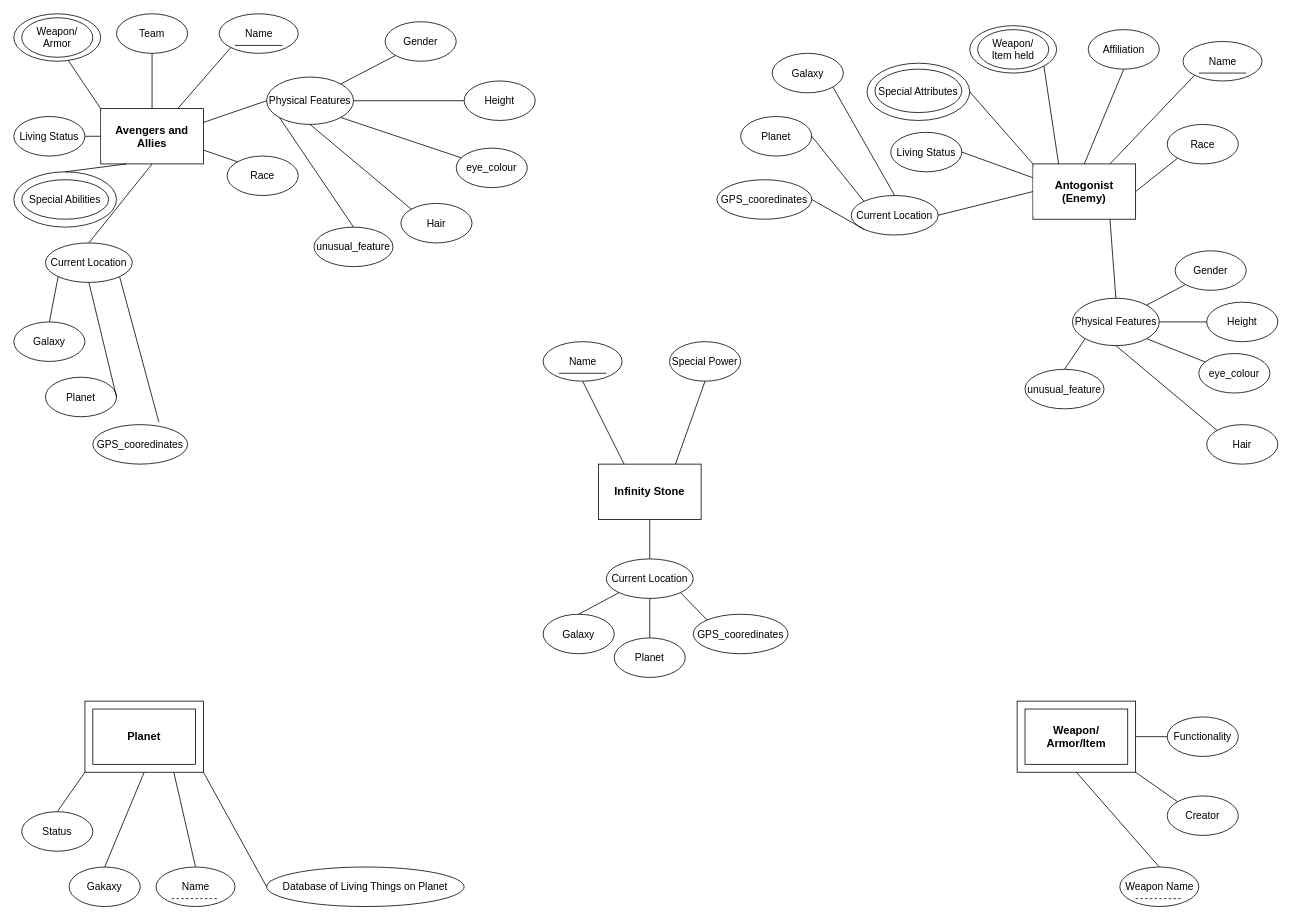
Before: homework2/hw2_ER_diagram.drawio in FlightVin/DataAndApplicationsAssignments, a draw.io diagram. Source tidied: cells renumbered, new cells numbered last; positions are measured from the earlier drawing's top-left corner, leaving out a move shared by most shapes. Both pictures are drawn from the tidied source at 79%, with x=0, y=0 at pixel (13, 13).
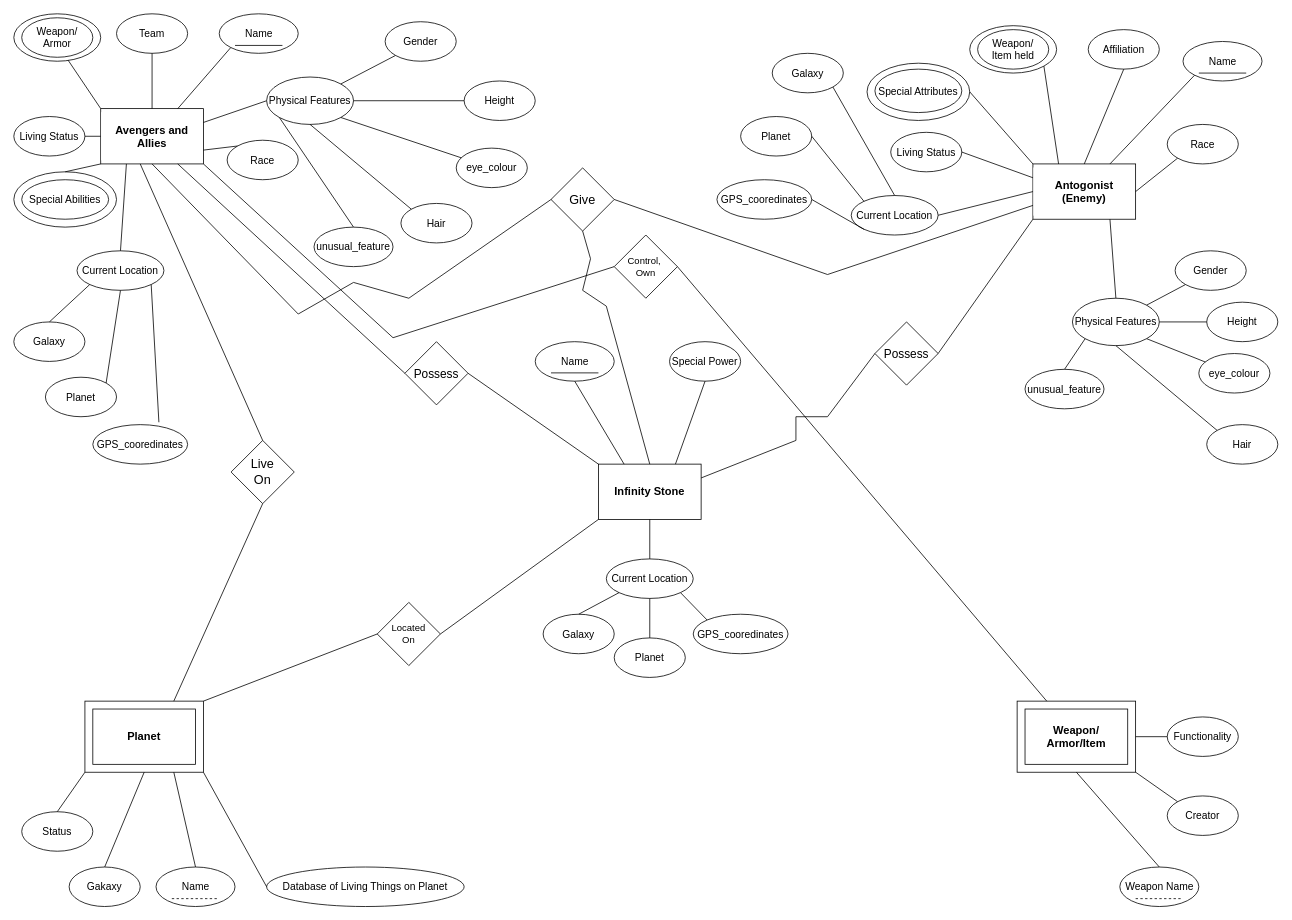
After the change.

The change refers to these unchanged cells:
```xml
<mxCell id="2" value="&lt;h3&gt;Avengers and Allies&lt;/h3&gt;" style="rounded=0;whiteSpace=wrap;html=1;labelBackgroundColor=default;labelBorderColor=none;" parent="1" vertex="1">
  <mxGeometry x="110" y="120" width="130" height="70" as="geometry" />
</mxCell>
<mxCell id="5" value="&lt;h3&gt;Infinity Stone&lt;/h3&gt;" style="rounded=0;whiteSpace=wrap;html=1;labelBackgroundColor=default;labelBorderColor=none;" parent="1" vertex="1">
  <mxGeometry x="740" y="570" width="130" height="70" as="geometry" />
</mxCell>
<mxCell id="6" value="&lt;h3&gt;Antogonist (Enemy)&lt;/h3&gt;" style="rounded=0;whiteSpace=wrap;html=1;labelBackgroundColor=default;labelBorderColor=none;" parent="1" vertex="1">
  <mxGeometry x="1290" y="190" width="130" height="70" as="geometry" />
</mxCell>
<mxCell id="23" style="rounded=0;whiteSpace=wrap;html=1;labelBackgroundColor=default;labelBorderColor=none;fontSize=13;fillColor=none;" parent="1" vertex="1">
  <mxGeometry x="90" y="870" width="150" height="90" as="geometry" />
</mxCell>
<mxCell id="24" style="rounded=0;whiteSpace=wrap;html=1;labelBackgroundColor=default;labelBorderColor=none;fontSize=13;fillColor=none;" parent="1" vertex="1">
  <mxGeometry x="1270" y="870" width="150" height="90" as="geometry" />
</mxCell>
<mxCell id="35" value="Planet" style="ellipse;whiteSpace=wrap;html=1;labelBackgroundColor=default;labelBorderColor=none;fontSize=13;fillColor=none;" parent="1" vertex="1">
  <mxGeometry x="40" y="460" width="90" height="50" as="geometry" />
</mxCell>
<mxCell id="50" style="ellipse;whiteSpace=wrap;html=1;labelBackgroundColor=default;labelBorderColor=none;fontSize=13;fillColor=none;" parent="1" vertex="1">
  <mxGeometry y="200" width="130" height="70" as="geometry" />
</mxCell>
```

Change to the diagram source:
```diff
@@
     <mxCell id="11" value="Name" style="ellipse;html=1;labelBackgroundColor=default;labelBorderColor=none;fontSize=13;" parent="1" vertex="1">
-      <mxGeometry x="670" y="415" width="100" height="50" as="geometry" />
+      <mxGeometry x="660" y="415" width="100" height="50" as="geometry" />
     </mxCell>
     <mxCell id="12" style="endArrow=none;html=1;rounded=0;fontSize=13;" parent="1" edge="1">
       <mxGeometry relative="1" as="geometry">
-        <mxPoint x="690" y="455" as="sourcePoint" />
-        <mxPoint x="750" y="455" as="targetPoint" />
+        <mxPoint x="680" y="454.5" as="sourcePoint" />
+        <mxPoint x="740" y="454.5" as="targetPoint" />
       </mxGeometry>
     </mxCell>
@@
     <mxCell id="33" value="Race" style="ellipse;whiteSpace=wrap;html=1;labelBackgroundColor=default;labelBorderColor=none;fontSize=13;fillColor=none;" parent="1" vertex="1">
-      <mxGeometry x="270" y="180" width="90" height="50" as="geometry" />
+      <mxGeometry x="270" y="160" width="90" height="50" as="geometry" />
     </mxCell>
@@
     <mxCell id="37" value="Current Location" style="ellipse;whiteSpace=wrap;html=1;labelBackgroundColor=default;labelBorderColor=none;fontSize=13;fillColor=none;" parent="1" vertex="1">
-      <mxGeometry x="40" y="290" width="110" height="50" as="geometry" />
+      <mxGeometry x="80" y="300" width="110" height="50" as="geometry" />
     </mxCell>
@@
-    <mxCell id="51" style="endArrow=none;html=1;rounded=0;fontSize=13;exitX=0.25;exitY=1;exitDx=0;exitDy=0;entryX=0.5;entryY=0;entryDx=0;entryDy=0;" parent="1" edge="1" source="2" target="50">
-      <mxGeometry relative="1" as="geometry" />
+    <mxCell id="51" style="endArrow=none;html=1;rounded=0;fontSize=13;entryX=0.5;entryY=0;entryDx=0;entryDy=0;" parent="1" edge="1" target="50">
+      <mxGeometry relative="1" as="geometry">
+        <mxPoint x="110" y="190" as="sourcePoint" />
+      </mxGeometry>
     </mxCell>
@@
-    <mxCell id="54" style="endArrow=none;html=1;rounded=0;fontSize=13;exitX=0.5;exitY=1;exitDx=0;exitDy=0;entryX=0.5;entryY=0;entryDx=0;entryDy=0;" parent="1" edge="1" source="2" target="37">
+    <mxCell id="54" style="endArrow=none;html=1;rounded=0;fontSize=13;exitX=0.25;exitY=1;exitDx=0;exitDy=0;entryX=0.5;entryY=0;entryDx=0;entryDy=0;" parent="1" edge="1" source="2" target="37">
       <mxGeometry relative="1" as="geometry" />
     </mxCell>
@@
-    <mxCell id="56" style="endArrow=none;html=1;rounded=0;fontSize=13;exitX=0.5;exitY=1;exitDx=0;exitDy=0;entryX=1;entryY=0.5;entryDx=0;entryDy=0;" parent="1" edge="1" source="37" target="35">
+    <mxCell id="56" style="endArrow=none;html=1;rounded=0;fontSize=13;exitX=0.5;exitY=1;exitDx=0;exitDy=0;entryX=1;entryY=0;entryDx=0;entryDy=0;" parent="1" edge="1" source="37" target="35">
       <mxGeometry relative="1" as="geometry" />
     </mxCell>
@@
+    <mxCell id="109" value="Located&lt;br&gt;On" style="rhombus;whiteSpace=wrap;html=1;" parent="1" vertex="1">
+      <mxGeometry x="460" y="745" width="80" height="80" as="geometry" />
+    </mxCell>
+    <mxCell id="110" style="endArrow=none;html=1;rounded=0;entryX=0;entryY=1;entryDx=0;entryDy=0;exitX=1;exitY=0.5;exitDx=0;exitDy=0;" parent="1" edge="1" source="109" target="5">
+      <mxGeometry relative="1" as="geometry" />
+    </mxCell>
+    <mxCell id="111" style="endArrow=none;html=1;rounded=0;entryX=0;entryY=0.5;entryDx=0;entryDy=0;" parent="1" edge="1" target="109">
+      <mxGeometry relative="1" as="geometry">
+        <mxPoint x="240" y="870" as="sourcePoint" />
+      </mxGeometry>
+    </mxCell>
+    <mxCell id="112" value="Control,&amp;nbsp;&lt;br&gt;Own" style="rhombus;whiteSpace=wrap;html=1;" parent="1" vertex="1">
+      <mxGeometry x="760" y="280" width="80" height="80" as="geometry" />
+    </mxCell>
+    <mxCell id="113" style="endArrow=none;html=1;rounded=0;fontSize=15;exitX=0;exitY=0.5;exitDx=0;exitDy=0;" parent="1" edge="1" source="112">
+      <mxGeometry relative="1" as="geometry">
+        <mxPoint x="480" y="410" as="targetPoint" />
+      </mxGeometry>
+    </mxCell>
+    <mxCell id="114" style="endArrow=none;html=1;rounded=0;fontSize=15;entryX=1;entryY=1;entryDx=0;entryDy=0;" parent="1" edge="1" target="2">
+      <mxGeometry relative="1" as="geometry">
+        <mxPoint x="480" y="410" as="sourcePoint" />
+      </mxGeometry>
+    </mxCell>
+    <mxCell id="115" style="endArrow=none;html=1;rounded=0;fontSize=15;exitX=1;exitY=0.5;exitDx=0;exitDy=0;entryX=0.25;entryY=0;entryDx=0;entryDy=0;" parent="1" edge="1" source="112" target="24">
+      <mxGeometry relative="1" as="geometry" />
+    </mxCell>
+    <mxCell id="116" value="Possess" style="rhombus;whiteSpace=wrap;html=1;fontSize=15;" parent="1" vertex="1">
+      <mxGeometry x="1090" y="390" width="80" height="80" as="geometry" />
+    </mxCell>
+    <mxCell id="117" style="endArrow=none;html=1;rounded=0;fontSize=15;entryX=0;entryY=1;entryDx=0;entryDy=0;exitX=1;exitY=0.5;exitDx=0;exitDy=0;" parent="1" edge="1" source="116" target="6">
+      <mxGeometry relative="1" as="geometry" />
+    </mxCell>
+    <mxCell id="118" style="endArrow=none;html=1;rounded=0;fontSize=15;entryX=0;entryY=0.5;entryDx=0;entryDy=0;" parent="1" edge="1" target="116">
+      <mxGeometry relative="1" as="geometry">
+        <mxPoint x="1030" y="510" as="sourcePoint" />
+      </mxGeometry>
+    </mxCell>
+    <mxCell id="119" style="endArrow=none;html=1;rounded=0;fontSize=16;" parent="1" edge="1">
+      <mxGeometry relative="1" as="geometry">
+        <mxPoint x="990" y="510" as="sourcePoint" />
+        <mxPoint x="1030" y="510" as="targetPoint" />
+      </mxGeometry>
+    </mxCell>
+    <mxCell id="120" style="endArrow=none;html=1;rounded=0;fontSize=16;" parent="1" edge="1">
+      <mxGeometry relative="1" as="geometry">
+        <mxPoint x="990" y="540" as="sourcePoint" />
+        <mxPoint x="990" y="510" as="targetPoint" />
+      </mxGeometry>
+    </mxCell>
+    <mxCell id="121" style="endArrow=none;html=1;rounded=0;fontSize=16;exitX=1;exitY=0.25;exitDx=0;exitDy=0;" parent="1" edge="1" source="5">
+      <mxGeometry relative="1" as="geometry">
+        <mxPoint x="990" y="540" as="targetPoint" />
+      </mxGeometry>
+    </mxCell>
+    <mxCell id="122" value="Possess" style="rhombus;whiteSpace=wrap;html=1;fontSize=15;" parent="1" vertex="1">
+      <mxGeometry x="495" y="415" width="80" height="80" as="geometry" />
+    </mxCell>
+    <mxCell id="123" style="endArrow=none;html=1;rounded=0;fontSize=16;exitX=0.75;exitY=1;exitDx=0;exitDy=0;entryX=0;entryY=0.5;entryDx=0;entryDy=0;" parent="1" edge="1" source="2" target="122">
+      <mxGeometry relative="1" as="geometry" />
+    </mxCell>
+    <mxCell id="124" style="endArrow=none;html=1;rounded=0;fontSize=16;exitX=1;exitY=0.5;exitDx=0;exitDy=0;entryX=0;entryY=0;entryDx=0;entryDy=0;" parent="1" edge="1" source="122" target="5">
+      <mxGeometry relative="1" as="geometry" />
+    </mxCell>
+    <mxCell id="125" value="Give" style="rhombus;whiteSpace=wrap;html=1;fontSize=16;" parent="1" vertex="1">
+      <mxGeometry x="680" y="195" width="80" height="80" as="geometry" />
+    </mxCell>
+    <mxCell id="126" style="endArrow=none;html=1;rounded=0;fontSize=16;exitX=0.5;exitY=1;exitDx=0;exitDy=0;" parent="1" edge="1" source="2">
+      <mxGeometry relative="1" as="geometry">
+        <mxPoint x="360" y="380" as="targetPoint" />
+      </mxGeometry>
+    </mxCell>
+    <mxCell id="127" style="endArrow=none;html=1;rounded=0;fontSize=16;" parent="1" edge="1">
+      <mxGeometry relative="1" as="geometry">
+        <mxPoint x="360" y="380" as="sourcePoint" />
+        <mxPoint x="430" y="340" as="targetPoint" />
+      </mxGeometry>
+    </mxCell>
+    <mxCell id="128" style="endArrow=none;html=1;rounded=0;fontSize=16;" parent="1" edge="1">
+      <mxGeometry relative="1" as="geometry">
+        <mxPoint x="430" y="340" as="sourcePoint" />
+        <mxPoint x="500" y="360" as="targetPoint" />
+      </mxGeometry>
+    </mxCell>
+    <mxCell id="129" style="endArrow=none;html=1;rounded=0;fontSize=16;entryX=0;entryY=0.5;entryDx=0;entryDy=0;" parent="1" edge="1" target="125">
+      <mxGeometry relative="1" as="geometry">
+        <mxPoint x="500" y="360" as="sourcePoint" />
+      </mxGeometry>
+    </mxCell>
+    <mxCell id="130" style="endArrow=none;html=1;rounded=0;fontSize=16;entryX=0;entryY=0.75;entryDx=0;entryDy=0;" parent="1" edge="1" target="6">
+      <mxGeometry relative="1" as="geometry">
+        <mxPoint x="1030" y="330" as="sourcePoint" />
+      </mxGeometry>
+    </mxCell>
+    <mxCell id="131" style="endArrow=none;html=1;rounded=0;fontSize=16;exitX=1;exitY=0.5;exitDx=0;exitDy=0;" parent="1" edge="1" source="125">
+      <mxGeometry relative="1" as="geometry">
+        <mxPoint x="1030" y="330" as="targetPoint" />
+      </mxGeometry>
+    </mxCell>
+    <mxCell id="132" style="endArrow=none;html=1;rounded=0;fontSize=16;exitX=0.5;exitY=1;exitDx=0;exitDy=0;" parent="1" edge="1" source="125">
+      <mxGeometry relative="1" as="geometry">
+        <mxPoint x="730" y="310" as="targetPoint" />
+      </mxGeometry>
+    </mxCell>
+    <mxCell id="133" style="endArrow=none;html=1;rounded=0;fontSize=16;" parent="1" edge="1">
+      <mxGeometry relative="1" as="geometry">
+        <mxPoint x="730" y="310" as="sourcePoint" />
+        <mxPoint x="720" y="350" as="targetPoint" />
+      </mxGeometry>
+    </mxCell>
+    <mxCell id="134" style="endArrow=none;html=1;rounded=0;fontSize=16;" parent="1" edge="1">
+      <mxGeometry relative="1" as="geometry">
+        <mxPoint x="720" y="350" as="sourcePoint" />
+        <mxPoint x="750" y="370" as="targetPoint" />
+      </mxGeometry>
+    </mxCell>
+    <mxCell id="135" style="endArrow=none;html=1;rounded=0;fontSize=16;entryX=0.5;entryY=0;entryDx=0;entryDy=0;" parent="1" edge="1" target="5">
+      <mxGeometry relative="1" as="geometry">
+        <mxPoint x="750" y="370" as="sourcePoint" />
+      </mxGeometry>
+    </mxCell>
+    <mxCell id="136" value="Live&lt;br&gt;On" style="rhombus;whiteSpace=wrap;html=1;fontSize=16;" parent="1" vertex="1">
+      <mxGeometry x="275" y="540" width="80" height="80" as="geometry" />
+    </mxCell>
+    <mxCell id="137" style="endArrow=none;html=1;rounded=0;fontSize=16;entryX=0.5;entryY=0;entryDx=0;entryDy=0;" parent="1" edge="1" target="136">
+      <mxGeometry relative="1" as="geometry">
+        <mxPoint x="160" y="190" as="sourcePoint" />
+      </mxGeometry>
+    </mxCell>
+    <mxCell id="138" style="endArrow=none;html=1;rounded=0;fontSize=16;exitX=0.5;exitY=1;exitDx=0;exitDy=0;entryX=0.75;entryY=0;entryDx=0;entryDy=0;" parent="1" edge="1" source="136" target="23">
+      <mxGeometry relative="1" as="geometry" />
+    </mxCell>
```
